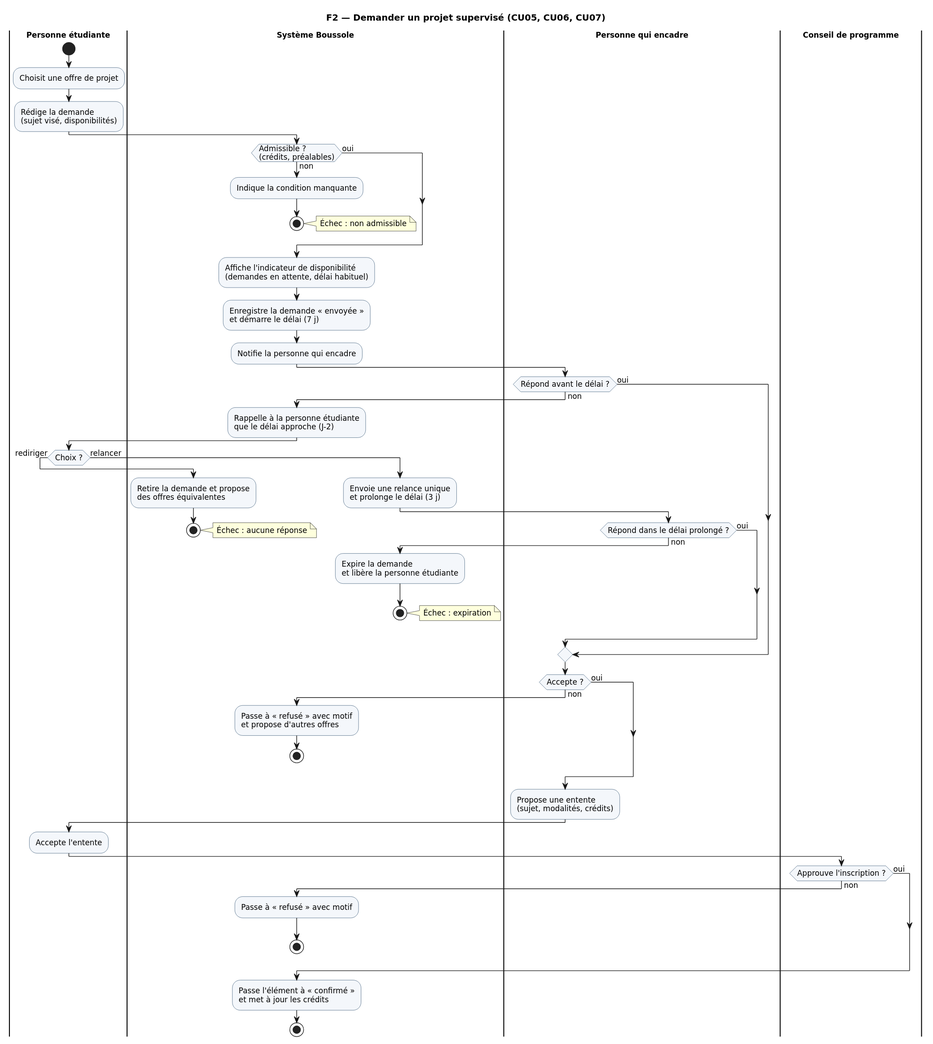
sndsbst-bit/IFT1225Projet keeps this PlantUML diagram as docs/diagrammes/A2-F2-demande-projet.svg. Above is the earlier version.
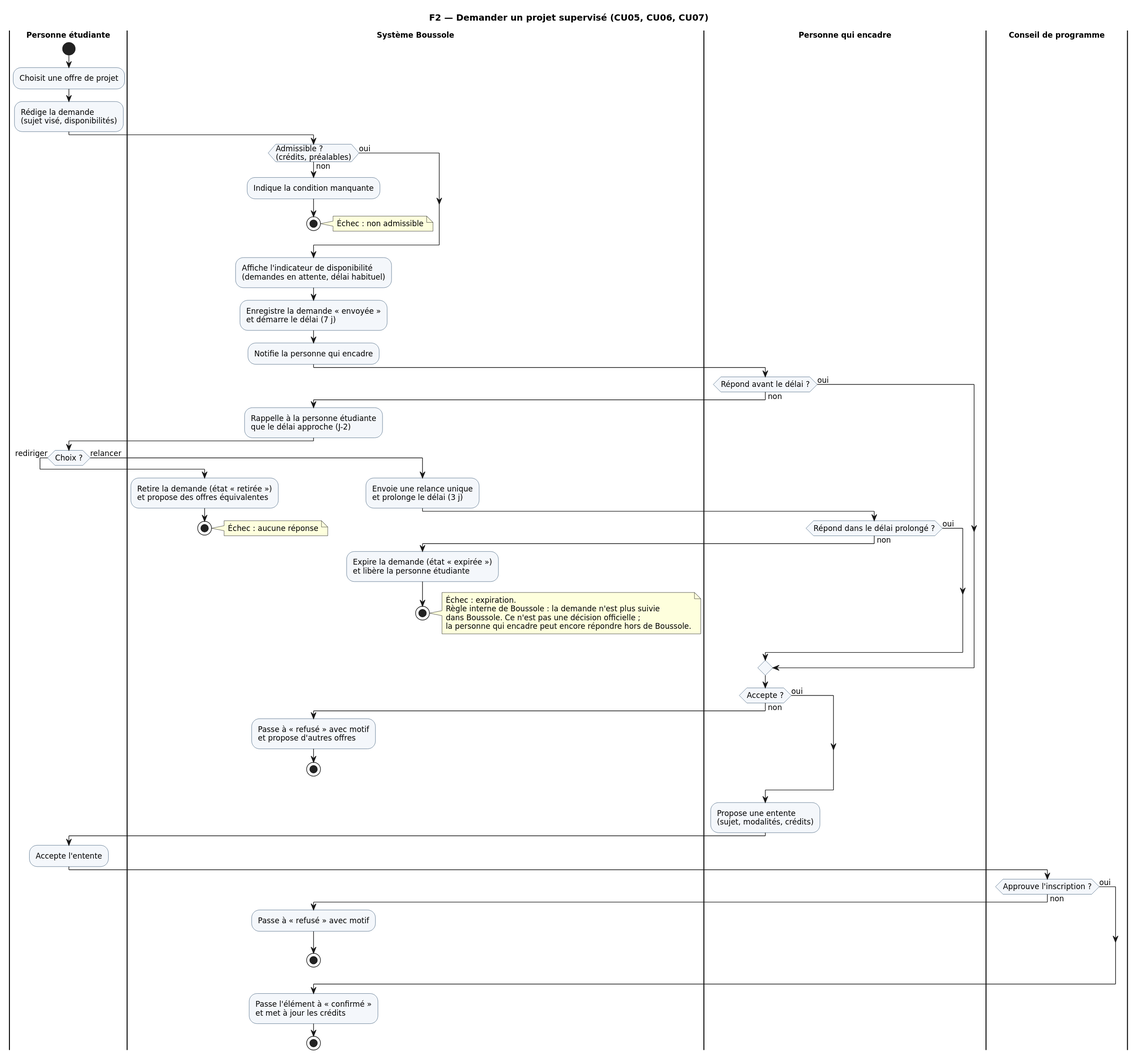
The same diagram one commit later.

The edit, as a diff of the source:
```diff
@@ -27,7 +27,7 @@
   |Personne étudiante|
   if (Choix ?) then (rediriger)
     |Système Boussole|
-    :Retire la demande et propose\ndes offres équivalentes;
+    :Retire la demande (état « retirée »)\net propose des offres équivalentes;
     stop
     note right: Échec : aucune réponse
   else (relancer)
@@ -36,9 +36,14 @@
     |Personne qui encadre|
     if (Répond dans le délai prolongé ?) then (non)
       |Système Boussole|
-      :Expire la demande\net libère la personne étudiante;
+      :Expire la demande (état « expirée »)\net libère la personne étudiante;
       stop
-      note right: Échec : expiration
+      note right
+        Échec : expiration.
+        Règle interne de Boussole : la demande n'est plus suivie
+        dans Boussole. Ce n'est pas une décision officielle ;
+        la personne qui encadre peut encore répondre hors de Boussole.
+      end note
     else (oui)
     endif
   endif
```
